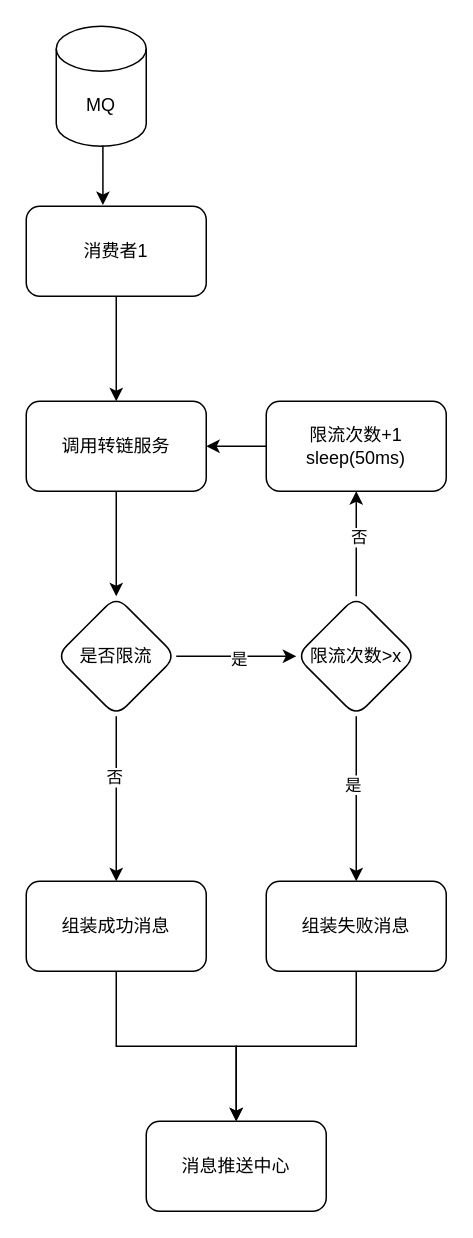
Before: miyuan/云发单转链速度降低.drawio in smallleaf/draw.io, a draw.io diagram. Source tidied: cells renumbered, new cells numbered last; positions are measured from the earlier drawing's top-left corner, leaving out a move shared by most shapes. Both pictures are drawn from the tidied source at 150%, with x=0, y=0 at pixel (26, 26).
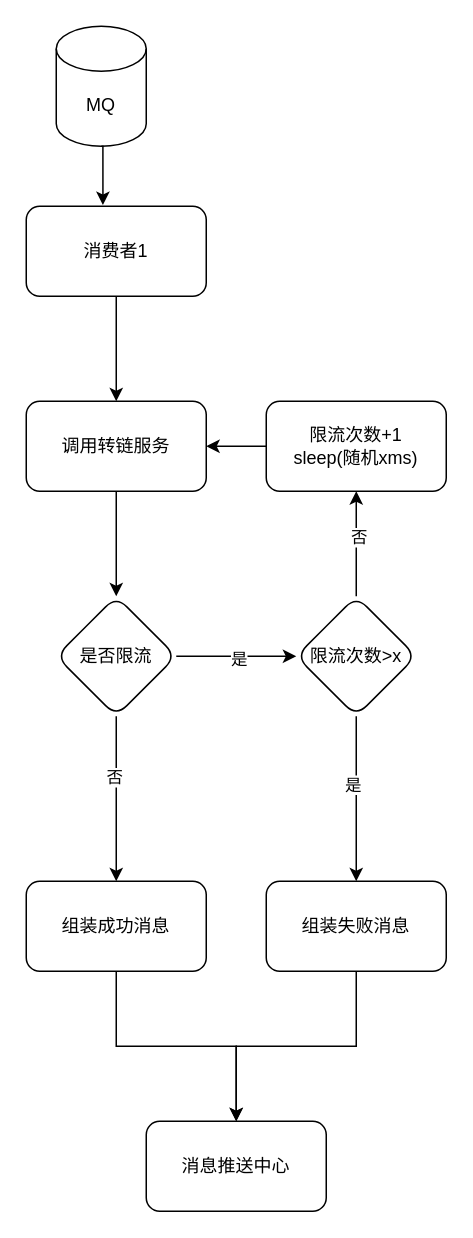
The same page after the edit.

Commit message (it also covers changes not shown here):
更新云发单转链速度降低.drawio

What changed in the source:
```diff
@@
-    <mxCell id="19" value="限流次数+1&lt;div&gt;sleep(50ms)&lt;/div&gt;" style="whiteSpace=wrap;html=1;rounded=1;" parent="1" vertex="1">
+    <mxCell id="19" value="限流次数+1&lt;div&gt;sleep(随机xms)&lt;/div&gt;" style="whiteSpace=wrap;html=1;rounded=1;" parent="1" vertex="1">
       <mxGeometry x="160" y="250" width="120" height="60" as="geometry" />
     </mxCell>
```
